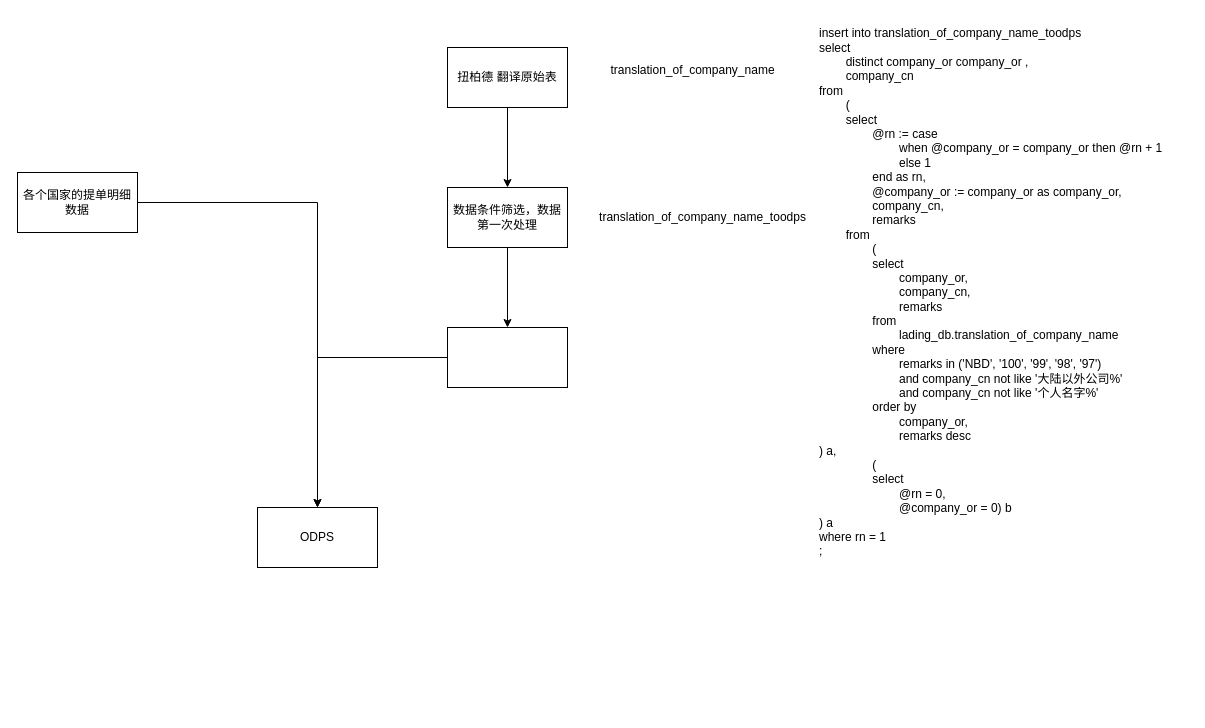
Earlier version of the draw.io diagram 提单展商入库相关.drawio (HLSO6/draw). Source tidied: cells renumbered, new cells numbered last; positions are measured from the earlier drawing's top-left corner, leaving out a move shared by most shapes. Both pictures are drawn from the tidied source at 100%, with x=0, y=0 at pixel (17, 17).
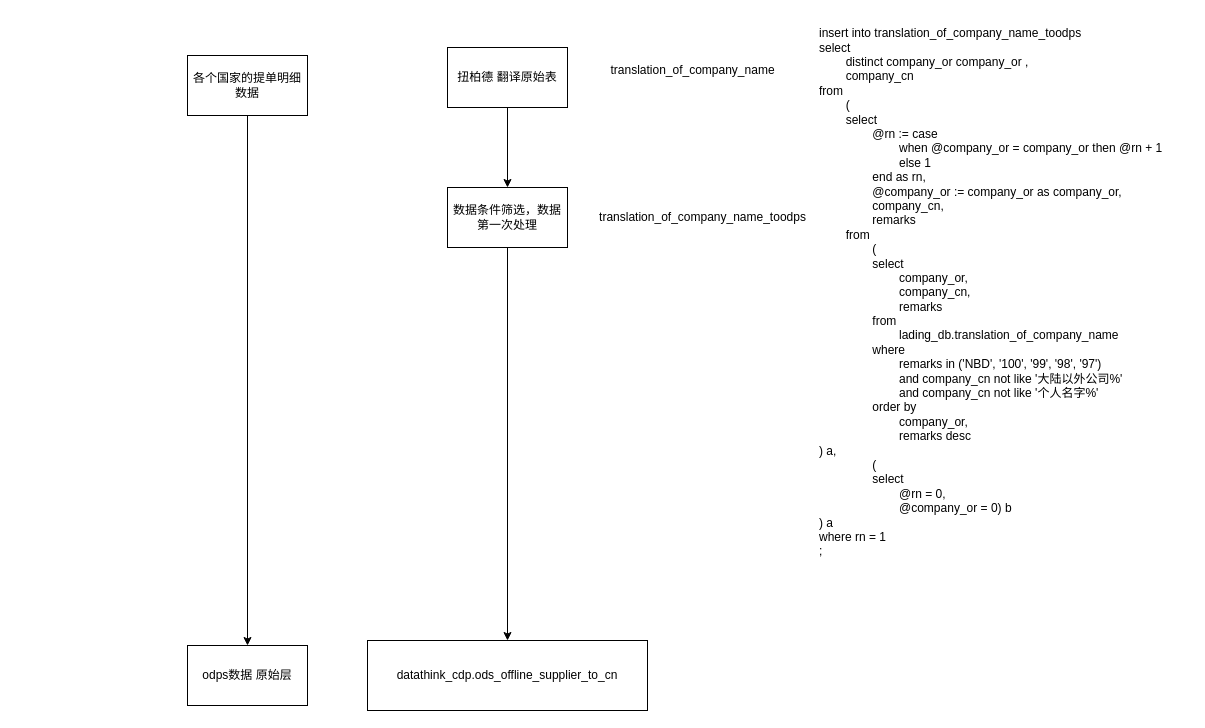
Above is the later version.

Commit message (it also covers changes not shown here):
更新提单展商入库相关.drawio

The edit, as a diff of the source:
```diff
@@
 <mxGraphModel>
   <root>
     <mxCell id="0" />
     <mxCell id="1" parent="0" />
     <mxCell id="2" style="edgeStyle=orthogonalEdgeStyle;rounded=0;jettySize=auto;html=1;" parent="1" edge="1" source="3" target="5">
       <mxGeometry relative="1" as="geometry" />
     </mxCell>
     <mxCell id="3" value="扭柏德 翻译原始表" style="rounded=0;whiteSpace=wrap;html=1;" parent="1" vertex="1">
       <mxGeometry x="430" y="30" width="120" height="60" as="geometry" />
     </mxCell>
-    <mxCell id="4" style="edgeStyle=orthogonalEdgeStyle;rounded=0;jettySize=auto;html=1;" parent="1" edge="1" source="5" target="7">
-      <mxGeometry relative="1" as="geometry" />
-    </mxCell>
+    <mxCell id="14" style="edgeStyle=orthogonalEdgeStyle;rounded=0;jettySize=auto;html=1;" parent="1" edge="1" source="5" target="16">
+      <mxGeometry relative="1" as="geometry" />
+    </mxCell>
     <mxCell id="5" value="数据条件筛选，数据第一次处理" style="whiteSpace=wrap;html=1;rounded=0;" parent="1" vertex="1">
       <mxGeometry x="430" y="170" width="120" height="60" as="geometry" />
     </mxCell>
-    <mxCell id="6" style="edgeStyle=orthogonalEdgeStyle;rounded=0;jettySize=auto;html=1;entryX=0.5;entryY=0;entryDx=0;entryDy=0;" parent="1" edge="1" source="7" target="12">
-      <mxGeometry relative="1" as="geometry" />
-    </mxCell>
-    <mxCell id="7" style="whiteSpace=wrap;html=1;rounded=0;" parent="1" vertex="1">
-      <mxGeometry x="430" y="310" width="120" height="60" as="geometry" />
-    </mxCell>
     <mxCell id="8" value="translation_of_company_name_toodps" style="text;html=1;align=center;verticalAlign=middle;strokeColor=none;fillColor=none;" parent="1" vertex="1">
       <mxGeometry x="570" y="185" width="230" height="30" as="geometry" />
     </mxCell>
     <mxCell id="9" value="translation_of_company_name" style="text;html=1;align=center;verticalAlign=middle;strokeColor=none;fillColor=none;" parent="1" vertex="1">
       <mxGeometry x="580" y="38" width="190" height="30" as="geometry" />
     </mxCell>
-    <mxCell id="10" style="edgeStyle=orthogonalEdgeStyle;rounded=0;jettySize=auto;html=1;entryX=0.5;entryY=0;entryDx=0;entryDy=0;" parent="1" edge="1" source="11" target="12">
-      <mxGeometry relative="1" as="geometry" />
-    </mxCell>
+    <mxCell id="15" style="edgeStyle=orthogonalEdgeStyle;rounded=0;jettySize=auto;html=1;entryX=0.5;entryY=0;entryDx=0;entryDy=0;" parent="1" edge="1" source="11" target="17">
+      <mxGeometry relative="1" as="geometry" />
+    </mxCell>
     <mxCell id="11" value="各个国家的提单明细数据" style="whiteSpace=wrap;html=1;rounded=0;" parent="1" vertex="1">
-      <mxGeometry y="155" width="120" height="60" as="geometry" />
+      <mxGeometry x="170" y="38" width="120" height="60" as="geometry" />
     </mxCell>
-    <mxCell id="12" value="ODPS" style="rounded=0;whiteSpace=wrap;html=1;" parent="1" vertex="1">
-      <mxGeometry x="240" y="490" width="120" height="60" as="geometry" />
-    </mxCell>
     <mxCell id="13" value="insert&amp;nbsp;into&amp;nbsp;translation_of_company_name_toodps&amp;nbsp;&lt;br&gt;select&lt;br&gt;&amp;nbsp;&amp;nbsp;&amp;nbsp;&amp;nbsp;&amp;nbsp;&amp;nbsp;&amp;nbsp;&amp;nbsp;distinct&amp;nbsp;company_or&amp;nbsp;company_or&amp;nbsp;,&lt;br&gt;&amp;nbsp;&amp;nbsp;&amp;nbsp;&amp;nbsp;&amp;nbsp;&amp;nbsp;&amp;nbsp;&amp;nbsp;company_cn&lt;br&gt;from&lt;br&gt;&amp;nbsp;&amp;nbsp;&amp;nbsp;&amp;nbsp;&amp;nbsp;&amp;nbsp;&amp;nbsp;&amp;nbsp;(&lt;br&gt;&amp;nbsp;&amp;nbsp;&amp;nbsp;&amp;nbsp;&amp;nbsp;&amp;nbsp;&amp;nbsp;&amp;nbsp;select&lt;br&gt;&amp;nbsp;&amp;nbsp;&amp;nbsp;&amp;nbsp;&amp;nbsp;&amp;nbsp;&amp;nbsp;&amp;nbsp;&amp;nbsp;&amp;nbsp;&amp;nbsp;&amp;nbsp;&amp;nbsp;&amp;nbsp;&amp;nbsp;&amp;nbsp;@rn&amp;nbsp;:=&amp;nbsp;case&lt;br&gt;&amp;nbsp;&amp;nbsp;&amp;nbsp;&amp;nbsp;&amp;nbsp;&amp;nbsp;&amp;nbsp;&amp;nbsp;&amp;nbsp;&amp;nbsp;&amp;nbsp;&amp;nbsp;&amp;nbsp;&amp;nbsp;&amp;nbsp;&amp;nbsp;&amp;nbsp;&amp;nbsp;&amp;nbsp;&amp;nbsp;&amp;nbsp;&amp;nbsp;&amp;nbsp;&amp;nbsp;when&amp;nbsp;@company_or&amp;nbsp;=&amp;nbsp;company_or&amp;nbsp;then&amp;nbsp;@rn&amp;nbsp;+&amp;nbsp;1&lt;br&gt;&amp;nbsp;&amp;nbsp;&amp;nbsp;&amp;nbsp;&amp;nbsp;&amp;nbsp;&amp;nbsp;&amp;nbsp;&amp;nbsp;&amp;nbsp;&amp;nbsp;&amp;nbsp;&amp;nbsp;&amp;nbsp;&amp;nbsp;&amp;nbsp;&amp;nbsp;&amp;nbsp;&amp;nbsp;&amp;nbsp;&amp;nbsp;&amp;nbsp;&amp;nbsp;&amp;nbsp;else&amp;nbsp;1&lt;br&gt;&amp;nbsp;&amp;nbsp;&amp;nbsp;&amp;nbsp;&amp;nbsp;&amp;nbsp;&amp;nbsp;&amp;nbsp;&amp;nbsp;&amp;nbsp;&amp;nbsp;&amp;nbsp;&amp;nbsp;&amp;nbsp;&amp;nbsp;&amp;nbsp;end&amp;nbsp;as&amp;nbsp;rn,&lt;br&gt;&amp;nbsp;&amp;nbsp;&amp;nbsp;&amp;nbsp;&amp;nbsp;&amp;nbsp;&amp;nbsp;&amp;nbsp;&amp;nbsp;&amp;nbsp;&amp;nbsp;&amp;nbsp;&amp;nbsp;&amp;nbsp;&amp;nbsp;&amp;nbsp;@company_or&amp;nbsp;:=&amp;nbsp;company_or&amp;nbsp;as&amp;nbsp;company_or,&lt;br&gt;&amp;nbsp;&amp;nbsp;&amp;nbsp;&amp;nbsp;&amp;nbsp;&amp;nbsp;&amp;nbsp;&amp;nbsp;&amp;nbsp;&amp;nbsp;&amp;nbsp;&amp;nbsp;&amp;nbsp;&amp;nbsp;&amp;nbsp;&amp;nbsp;company_cn,&lt;br&gt;&amp;nbsp;&amp;nbsp;&amp;nbsp;&amp;nbsp;&amp;nbsp;&amp;nbsp;&amp;nbsp;&amp;nbsp;&amp;nbsp;&amp;nbsp;&amp;nbsp;&amp;nbsp;&amp;nbsp;&amp;nbsp;&amp;nbsp;&amp;nbsp;remarks&lt;br&gt;&amp;nbsp;&amp;nbsp;&amp;nbsp;&amp;nbsp;&amp;nbsp;&amp;nbsp;&amp;nbsp;&amp;nbsp;from&lt;br&gt;&amp;nbsp;&amp;nbsp;&amp;nbsp;&amp;nbsp;&amp;nbsp;&amp;nbsp;&amp;nbsp;&amp;nbsp;&amp;nbsp;&amp;nbsp;&amp;nbsp;&amp;nbsp;&amp;nbsp;&amp;nbsp;&amp;nbsp;&amp;nbsp;(&lt;br&gt;&amp;nbsp;&amp;nbsp;&amp;nbsp;&amp;nbsp;&amp;nbsp;&amp;nbsp;&amp;nbsp;&amp;nbsp;&amp;nbsp;&amp;nbsp;&amp;nbsp;&amp;nbsp;&amp;nbsp;&amp;nbsp;&amp;nbsp;&amp;nbsp;select&lt;br&gt;&amp;nbsp;&amp;nbsp;&amp;nbsp;&amp;nbsp;&amp;nbsp;&amp;nbsp;&amp;nbsp;&amp;nbsp;&amp;nbsp;&amp;nbsp;&amp;nbsp;&amp;nbsp;&amp;nbsp;&amp;nbsp;&amp;nbsp;&amp;nbsp;&amp;nbsp;&amp;nbsp;&amp;nbsp;&amp;nbsp;&amp;nbsp;&amp;nbsp;&amp;nbsp;&amp;nbsp;company_or,&lt;br&gt;&amp;nbsp;&amp;nbsp;&amp;nbsp;&amp;nbsp;&amp;nbsp;&amp;nbsp;&amp;nbsp;&amp;nbsp;&amp;nbsp;&amp;nbsp;&amp;nbsp;&amp;nbsp;&amp;nbsp;&amp;nbsp;&amp;nbsp;&amp;nbsp;&amp;nbsp;&amp;nbsp;&amp;nbsp;&amp;nbsp;&amp;nbsp;&amp;nbsp;&amp;nbsp;&amp;nbsp;company_cn,&lt;br&gt;&amp;nbsp;&amp;nbsp;&amp;nbsp;&amp;nbsp;&amp;nbsp;&amp;nbsp;&amp;nbsp;&amp;nbsp;&amp;nbsp;&amp;nbsp;&amp;nbsp;&amp;nbsp;&amp;nbsp;&amp;nbsp;&amp;nbsp;&amp;nbsp;&amp;nbsp;&amp;nbsp;&amp;nbsp;&amp;nbsp;&amp;nbsp;&amp;nbsp;&amp;nbsp;&amp;nbsp;remarks&lt;br&gt;&amp;nbsp;&amp;nbsp;&amp;nbsp;&amp;nbsp;&amp;nbsp;&amp;nbsp;&amp;nbsp;&amp;nbsp;&amp;nbsp;&amp;nbsp;&amp;nbsp;&amp;nbsp;&amp;nbsp;&amp;nbsp;&amp;nbsp;&amp;nbsp;from&lt;br&gt;&amp;nbsp;&amp;nbsp;&amp;nbsp;&amp;nbsp;&amp;nbsp;&amp;nbsp;&amp;nbsp;&amp;nbsp;&amp;nbsp;&amp;nbsp;&amp;nbsp;&amp;nbsp;&amp;nbsp;&amp;nbsp;&amp;nbsp;&amp;nbsp;&amp;nbsp;&amp;nbsp;&amp;nbsp;&amp;nbsp;&amp;nbsp;&amp;nbsp;&amp;nbsp;&amp;nbsp;lading_db.translation_of_company_name&lt;br&gt;&amp;nbsp;&amp;nbsp;&amp;nbsp;&amp;nbsp;&amp;nbsp;&amp;nbsp;&amp;nbsp;&amp;nbsp;&amp;nbsp;&amp;nbsp;&amp;nbsp;&amp;nbsp;&amp;nbsp;&amp;nbsp;&amp;nbsp;&amp;nbsp;where&lt;br&gt;&amp;nbsp;&amp;nbsp;&amp;nbsp;&amp;nbsp;&amp;nbsp;&amp;nbsp;&amp;nbsp;&amp;nbsp;&amp;nbsp;&amp;nbsp;&amp;nbsp;&amp;nbsp;&amp;nbsp;&amp;nbsp;&amp;nbsp;&amp;nbsp;&amp;nbsp;&amp;nbsp;&amp;nbsp;&amp;nbsp;&amp;nbsp;&amp;nbsp;&amp;nbsp;&amp;nbsp;remarks&amp;nbsp;in&amp;nbsp;('NBD',&amp;nbsp;'100',&amp;nbsp;'99',&amp;nbsp;'98',&amp;nbsp;'97')&lt;br&gt;&amp;nbsp;&amp;nbsp;&amp;nbsp;&amp;nbsp;&amp;nbsp;&amp;nbsp;&amp;nbsp;&amp;nbsp;&amp;nbsp;&amp;nbsp;&amp;nbsp;&amp;nbsp;&amp;nbsp;&amp;nbsp;&amp;nbsp;&amp;nbsp;&amp;nbsp;&amp;nbsp;&amp;nbsp;&amp;nbsp;&amp;nbsp;&amp;nbsp;&amp;nbsp;&amp;nbsp;and&amp;nbsp;company_cn&amp;nbsp;not&amp;nbsp;like&amp;nbsp;'大陆以外公司%'&lt;br&gt;&amp;nbsp;&amp;nbsp;&amp;nbsp;&amp;nbsp;&amp;nbsp;&amp;nbsp;&amp;nbsp;&amp;nbsp;&amp;nbsp;&amp;nbsp;&amp;nbsp;&amp;nbsp;&amp;nbsp;&amp;nbsp;&amp;nbsp;&amp;nbsp;&amp;nbsp;&amp;nbsp;&amp;nbsp;&amp;nbsp;&amp;nbsp;&amp;nbsp;&amp;nbsp;&amp;nbsp;and&amp;nbsp;company_cn&amp;nbsp;not&amp;nbsp;like&amp;nbsp;'个人名字%'&lt;br&gt;&amp;nbsp;&amp;nbsp;&amp;nbsp;&amp;nbsp;&amp;nbsp;&amp;nbsp;&amp;nbsp;&amp;nbsp;&amp;nbsp;&amp;nbsp;&amp;nbsp;&amp;nbsp;&amp;nbsp;&amp;nbsp;&amp;nbsp;&amp;nbsp;order&amp;nbsp;by&lt;br&gt;&amp;nbsp;&amp;nbsp;&amp;nbsp;&amp;nbsp;&amp;nbsp;&amp;nbsp;&amp;nbsp;&amp;nbsp;&amp;nbsp;&amp;nbsp;&amp;nbsp;&amp;nbsp;&amp;nbsp;&amp;nbsp;&amp;nbsp;&amp;nbsp;&amp;nbsp;&amp;nbsp;&amp;nbsp;&amp;nbsp;&amp;nbsp;&amp;nbsp;&amp;nbsp;&amp;nbsp;company_or,&lt;br&gt;&amp;nbsp;&amp;nbsp;&amp;nbsp;&amp;nbsp;&amp;nbsp;&amp;nbsp;&amp;nbsp;&amp;nbsp;&amp;nbsp;&amp;nbsp;&amp;nbsp;&amp;nbsp;&amp;nbsp;&amp;nbsp;&amp;nbsp;&amp;nbsp;&amp;nbsp;&amp;nbsp;&amp;nbsp;&amp;nbsp;&amp;nbsp;&amp;nbsp;&amp;nbsp;&amp;nbsp;remarks&amp;nbsp;desc&amp;nbsp;&lt;br&gt;)&amp;nbsp;a,&lt;br&gt;&amp;nbsp;&amp;nbsp;&amp;nbsp;&amp;nbsp;&amp;nbsp;&amp;nbsp;&amp;nbsp;&amp;nbsp;&amp;nbsp;&amp;nbsp;&amp;nbsp;&amp;nbsp;&amp;nbsp;&amp;nbsp;&amp;nbsp;&amp;nbsp;(&lt;br&gt;&amp;nbsp;&amp;nbsp;&amp;nbsp;&amp;nbsp;&amp;nbsp;&amp;nbsp;&amp;nbsp;&amp;nbsp;&amp;nbsp;&amp;nbsp;&amp;nbsp;&amp;nbsp;&amp;nbsp;&amp;nbsp;&amp;nbsp;&amp;nbsp;select&lt;br&gt;&amp;nbsp;&amp;nbsp;&amp;nbsp;&amp;nbsp;&amp;nbsp;&amp;nbsp;&amp;nbsp;&amp;nbsp;&amp;nbsp;&amp;nbsp;&amp;nbsp;&amp;nbsp;&amp;nbsp;&amp;nbsp;&amp;nbsp;&amp;nbsp;&amp;nbsp;&amp;nbsp;&amp;nbsp;&amp;nbsp;&amp;nbsp;&amp;nbsp;&amp;nbsp;&amp;nbsp;@rn&amp;nbsp;=&amp;nbsp;0,&lt;br&gt;&amp;nbsp;&amp;nbsp;&amp;nbsp;&amp;nbsp;&amp;nbsp;&amp;nbsp;&amp;nbsp;&amp;nbsp;&amp;nbsp;&amp;nbsp;&amp;nbsp;&amp;nbsp;&amp;nbsp;&amp;nbsp;&amp;nbsp;&amp;nbsp;&amp;nbsp;&amp;nbsp;&amp;nbsp;&amp;nbsp;&amp;nbsp;&amp;nbsp;&amp;nbsp;&amp;nbsp;@company_or&amp;nbsp;=&amp;nbsp;0)&amp;nbsp;b&lt;br&gt;)&amp;nbsp;a&lt;br&gt;where&amp;nbsp;rn&amp;nbsp;=&amp;nbsp;1&lt;br&gt;;" style="text;html=1;align=left;verticalAlign=middle;strokeColor=none;fillColor=none;" parent="1" vertex="1">
       <mxGeometry x="800" width="370" height="550" as="geometry" />
     </mxCell>
+    <mxCell id="16" value="datathink_cdp.ods_offline_supplier_to_cn" style="rounded=0;whiteSpace=wrap;html=1;" parent="1" vertex="1">
+      <mxGeometry x="350" y="623" width="280" height="70" as="geometry" />
+    </mxCell>
+    <mxCell id="17" value="odps数据 原始层" style="rounded=0;whiteSpace=wrap;html=1;" parent="1" vertex="1">
+      <mxGeometry x="170" y="628" width="120" height="60" as="geometry" />
+    </mxCell>
   </root>
 </mxGraphModel>
```
